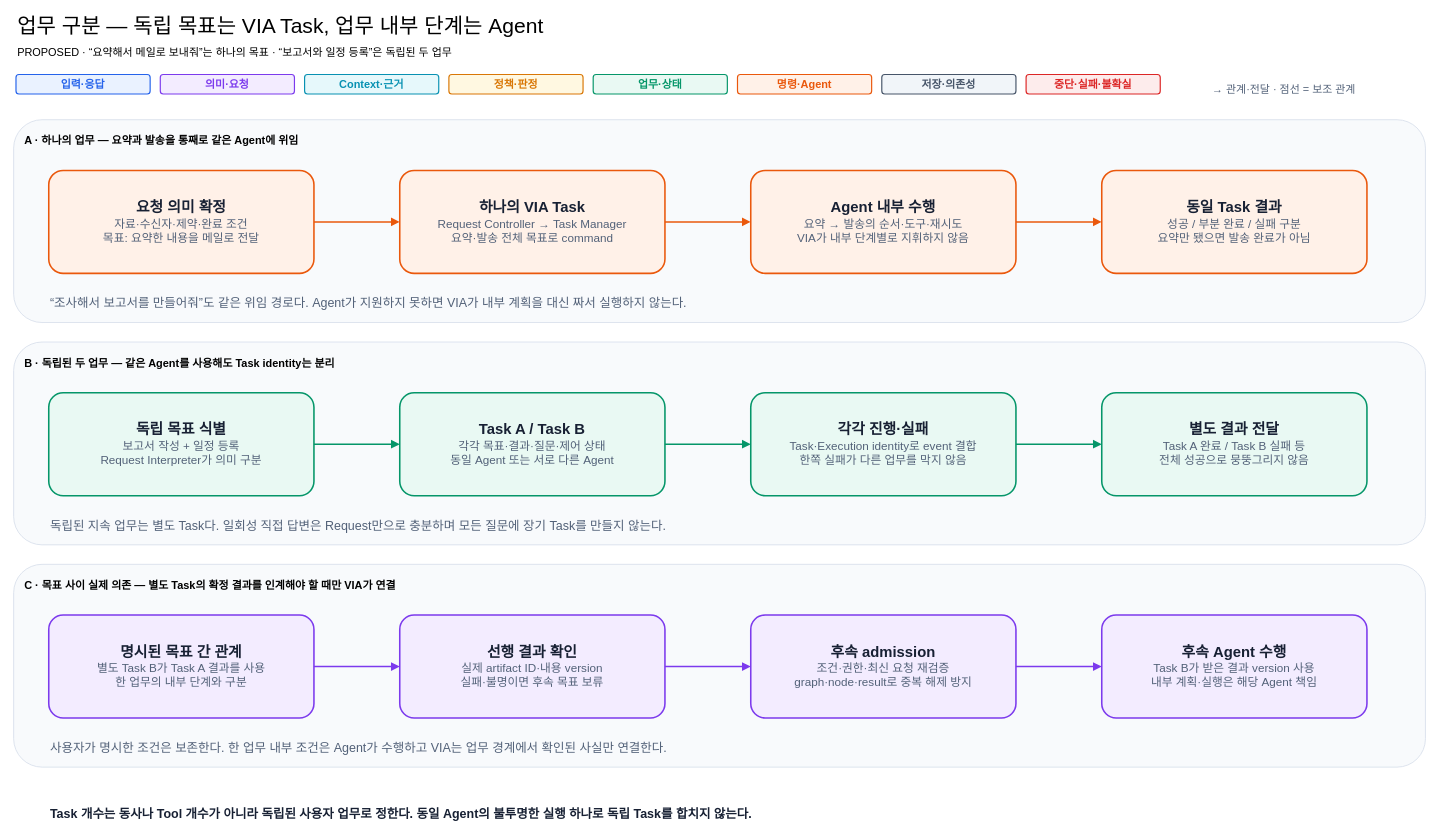
The draw.io diagram docs/architecture/12-decisions/target-architecture/diagrams/09-compound-and-task-routing.drawio in cbyche/via-sw-architecture, before the edit. Source tidied: cells renumbered, new cells numbered last; positions are measured from the earlier drawing's top-left corner, leaving out a move shared by most shapes. Both pictures are drawn from the tidied source at 78%, with x=0, y=0 at pixel (13, 14).
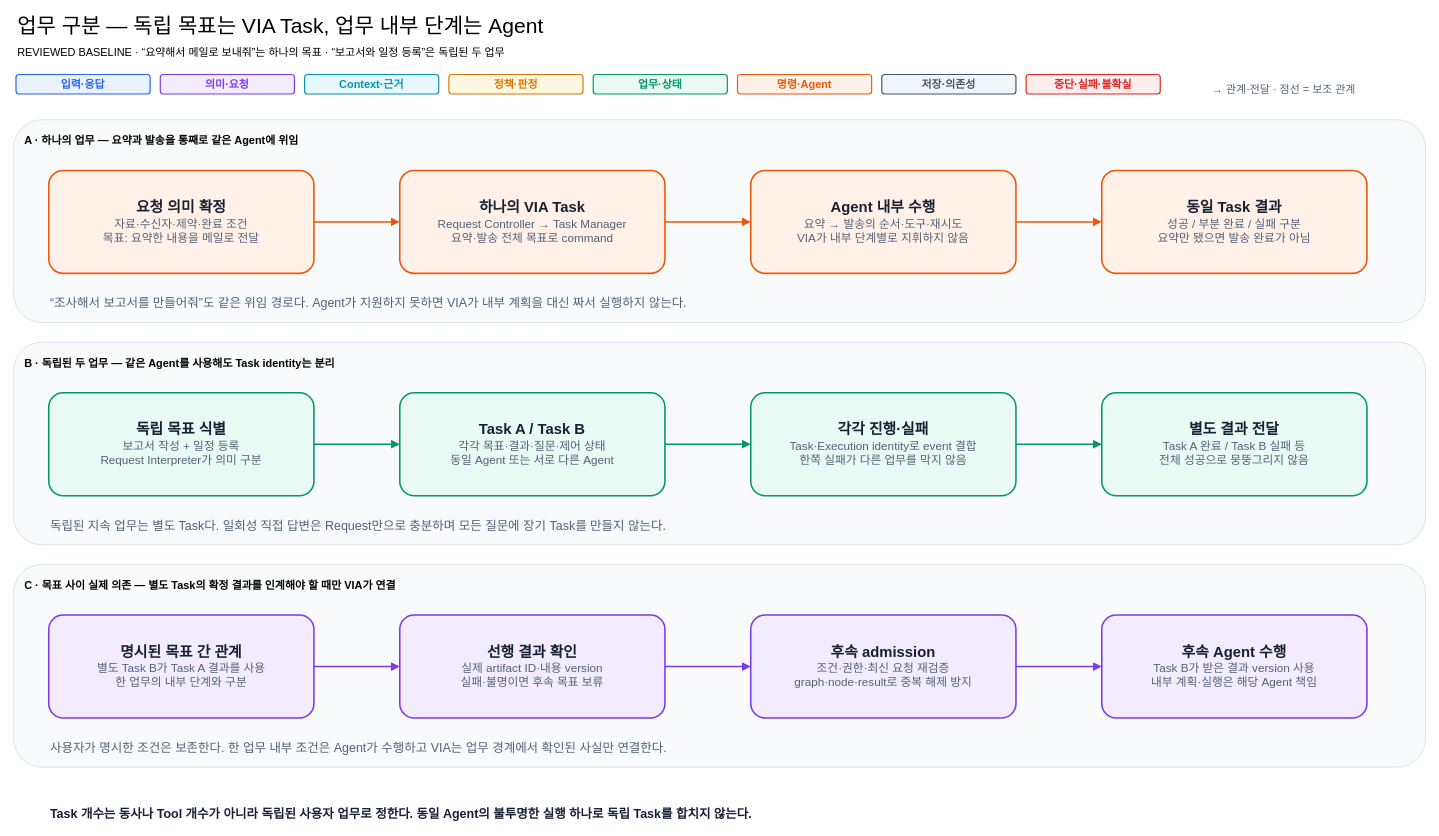
The same page after the edit.

Diff of the diagram source:
```diff
@@
-    <mxCell id="40" value="PROPOSED · “요약해서 메일로 보내줘”는 하나의 목표 · “보고서와 일정 등록”은 독립된 두 업무" style="text;html=1;align=left;verticalAlign=middle;strokeColor=none;fillColor=none;fontSize=14;" parent="1" vertex="1">
+    <mxCell id="40" value="REVIEWED BASELINE · “요약해서 메일로 보내줘”는 하나의 목표 · “보고서와 일정 등록”은 독립된 두 업무" style="text;html=1;align=left;verticalAlign=middle;strokeColor=none;fillColor=none;fontSize=14;" parent="1" vertex="1">
       <mxGeometry x="3" y="34" width="1804" height="30" as="geometry" />
     </mxCell>
```
